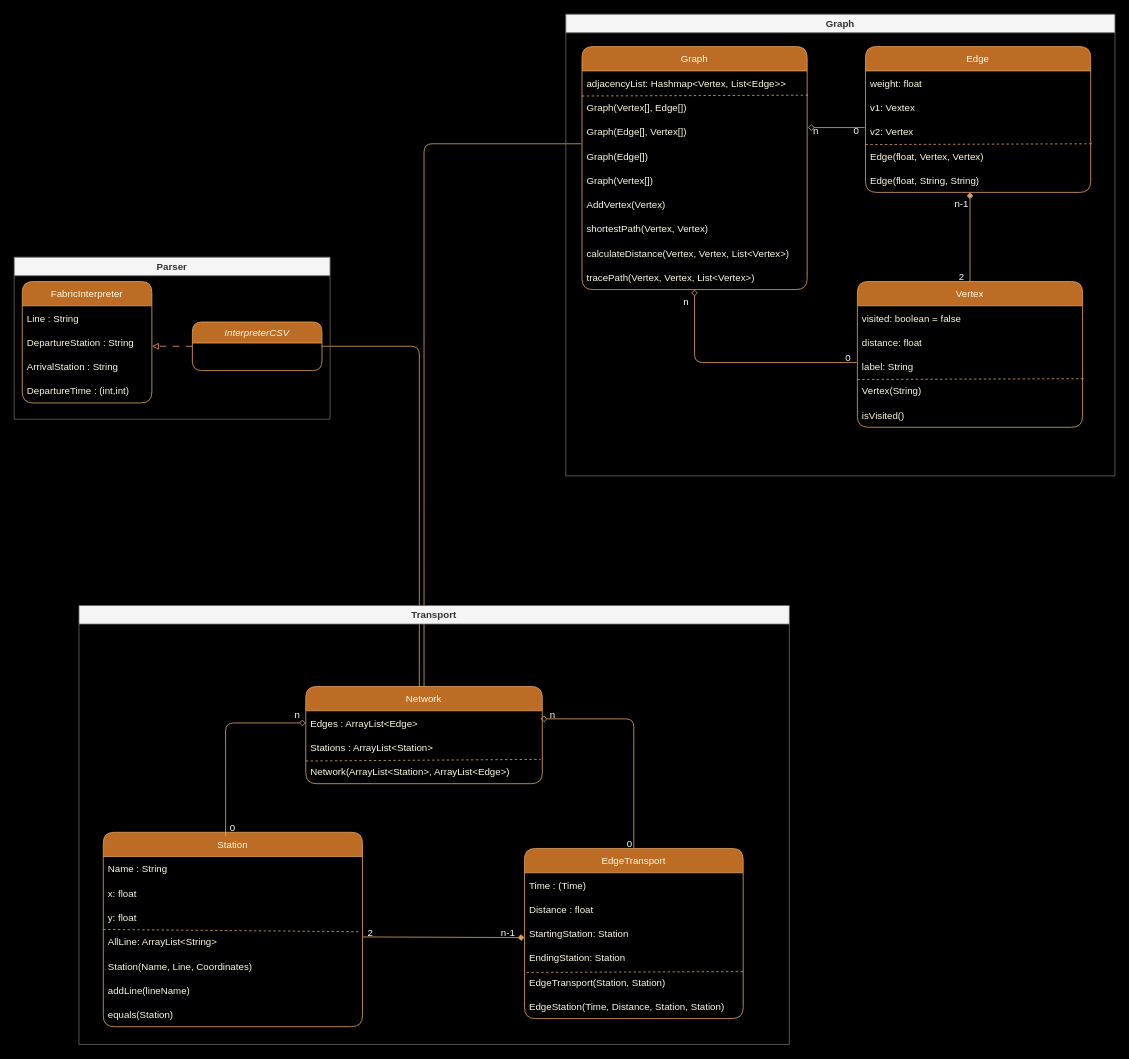
wehddn/M1-GenieLogicielAvance-Projet keeps this draw.io diagram as Documentation/UML_Diagram_Hubert_Map.drawio. Above is the earlier version. Source tidied: cells renumbered, new cells numbered last; positions are measured from the earlier drawing's top-left corner, leaving out a move shared by most shapes. Both pictures are drawn from the tidied source at 81%, with x=0, y=0 at pixel (14, 14).
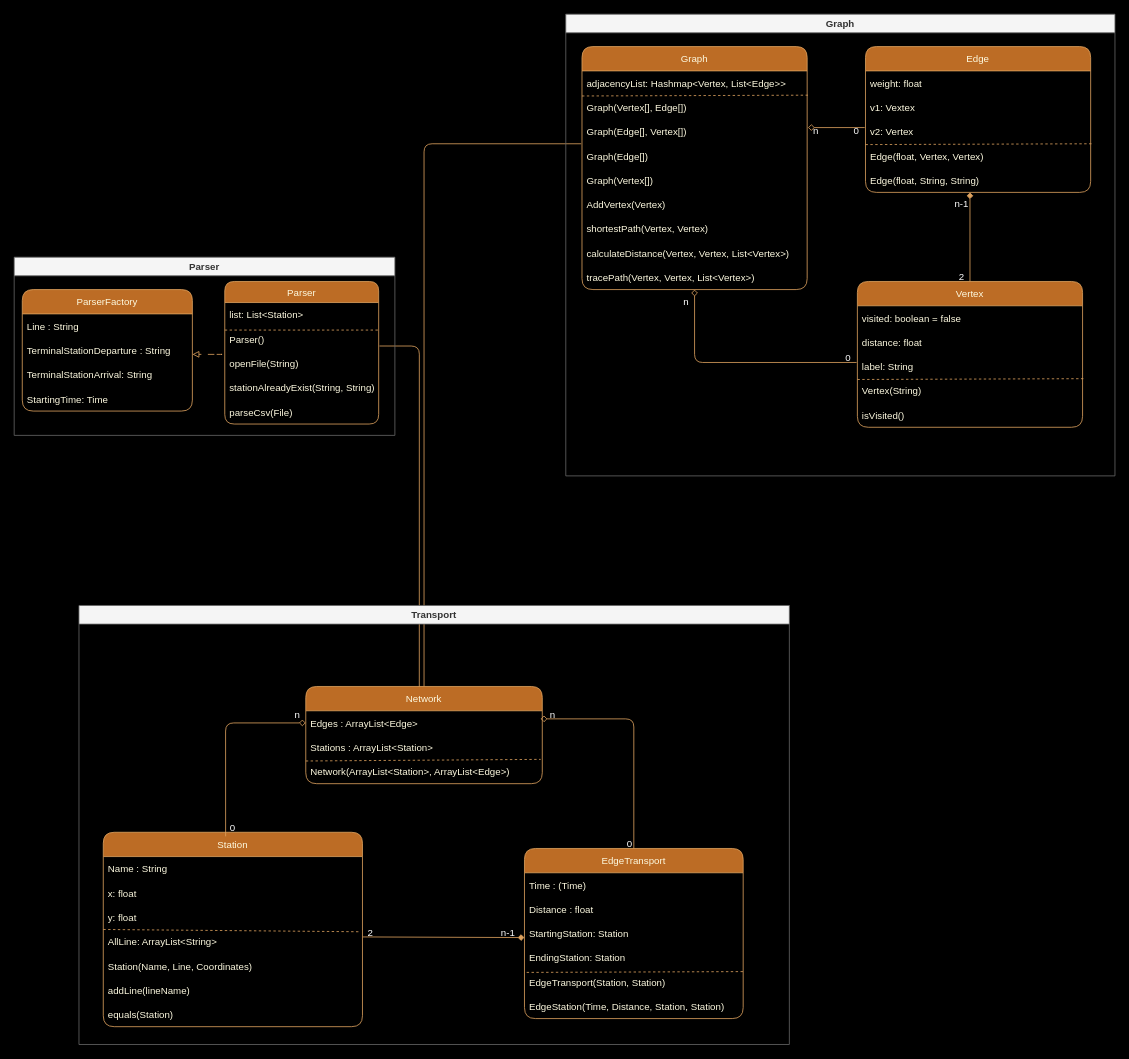
Above is the later version.

Commit message:
Update package parser

Unchanged cells that the change refers to:
```xml
<mxCell id="70" value="Network" style="swimlane;fontStyle=0;horizontal=1;startSize=30;rounded=1;sketch=0;fontColor=#FEFAE0;strokeColor=#DDA15E;fillColor=#BC6C25;" parent="47" vertex="1">
  <mxGeometry x="280" y="100" width="292" height="120" as="geometry" />
</mxCell>
```

What changed in the source:
```diff
@@
-    <mxCell id="3" style="edgeStyle=orthogonalEdgeStyle;curved=0;rounded=1;sketch=0;jettySize=auto;html=1;entryX=1;entryY=0.5;entryDx=0;entryDy=0;fontColor=#FEFAE0;strokeColor=#DDA15E;fillColor=#BC6C25;endArrow=none;endFill=0;exitX=0.48;exitY=0.009;exitDx=0;exitDy=0;exitPerimeter=0;" parent="1" edge="1" source="70" target="10">
+    <mxCell id="3" style="edgeStyle=orthogonalEdgeStyle;curved=0;rounded=1;sketch=0;jettySize=auto;html=1;fontColor=#FEFAE0;strokeColor=#DDA15E;fillColor=#BC6C25;endArrow=none;endFill=0;exitX=0.48;exitY=0.009;exitDx=0;exitDy=0;exitPerimeter=0;entryX=1.005;entryY=0.789;entryDx=0;entryDy=0;entryPerimeter=0;" parent="1" edge="1" source="70" target="81">
       <mxGeometry relative="1" as="geometry">
         <Array as="points">
           <mxPoint x="500" y="410" />
         </Array>
       </mxGeometry>
     </mxCell>
     <mxCell id="4" value="Parser" style="swimlane;whiteSpace=wrap;html=1;strokeColor=#666666;fillColor=#f5f5f5;fontColor=#333333;" parent="1" vertex="1">
-      <mxGeometry y="300" width="390" height="200" as="geometry" />
+      <mxGeometry y="300" width="470" height="220" as="geometry" />
     </mxCell>
-    <mxCell id="5" value="FabricInterpreter" style="swimlane;fontStyle=0;horizontal=1;startSize=30;fillColor=#BC6C25;strokeColor=#DDA15E;fontColor=#FEFAE0;rounded=1;" parent="4" vertex="1">
-      <mxGeometry x="10" y="30" width="160" height="150" as="geometry" />
+    <mxCell id="5" value="ParserFactory" style="swimlane;fontStyle=0;horizontal=1;startSize=30;fillColor=#BC6C25;strokeColor=#DDA15E;fontColor=#FEFAE0;rounded=1;" parent="4" vertex="1">
+      <mxGeometry x="10" y="40" width="210" height="150" as="geometry" />
     </mxCell>
     <mxCell id="6" value="Line : String" style="text;strokeColor=none;fillColor=none;align=left;verticalAlign=middle;spacingLeft=4;spacingRight=4;overflow=hidden;fontColor=#FEFAE0;rounded=1;" parent="5" vertex="1">
-      <mxGeometry y="30" width="160" height="30" as="geometry" />
+      <mxGeometry y="30" width="210" height="30" as="geometry" />
     </mxCell>
-    <mxCell id="7" value="DepartureStation : String" style="text;strokeColor=none;fillColor=none;align=left;verticalAlign=middle;spacingLeft=4;spacingRight=4;overflow=hidden;fontColor=#FEFAE0;rounded=1;" parent="5" vertex="1">
-      <mxGeometry y="60" width="160" height="30" as="geometry" />
+    <mxCell id="7" value="TerminalStationDeparture : String" style="text;strokeColor=none;fillColor=none;align=left;verticalAlign=middle;spacingLeft=4;spacingRight=4;overflow=hidden;fontColor=#FEFAE0;rounded=1;" parent="5" vertex="1">
+      <mxGeometry y="60" width="210" height="30" as="geometry" />
     </mxCell>
-    <mxCell id="8" value="ArrivalStation : String" style="text;strokeColor=none;fillColor=none;align=left;verticalAlign=middle;spacingLeft=4;spacingRight=4;overflow=hidden;fontColor=#FEFAE0;rounded=1;" parent="5" vertex="1">
-      <mxGeometry y="90" width="160" height="30" as="geometry" />
+    <mxCell id="8" value="TerminalStationArrival: String" style="text;strokeColor=none;fillColor=none;align=left;verticalAlign=middle;spacingLeft=4;spacingRight=4;overflow=hidden;fontColor=#FEFAE0;rounded=1;" parent="5" vertex="1">
+      <mxGeometry y="90" width="210" height="30" as="geometry" />
     </mxCell>
-    <mxCell id="9" value="DepartureTime : (int,int)" style="text;strokeColor=none;fillColor=none;align=left;verticalAlign=middle;spacingLeft=4;spacingRight=4;overflow=hidden;fontColor=#FEFAE0;rounded=1;" parent="5" vertex="1">
-      <mxGeometry y="120" width="160" height="30" as="geometry" />
+    <mxCell id="9" value="StartingTime: Time" style="text;strokeColor=none;fillColor=none;align=left;verticalAlign=middle;spacingLeft=4;spacingRight=4;overflow=hidden;fontColor=#FEFAE0;rounded=1;" parent="5" vertex="1">
+      <mxGeometry y="120" width="210" height="30" as="geometry" />
     </mxCell>
-    <mxCell id="10" value="InterpreterCSV" style="swimlane;fontStyle=2;align=center;verticalAlign=top;horizontal=1;startSize=26;rounded=1;shadow=0;strokeWidth=1;fillColor=#BC6C25;strokeColor=#DDA15E;fontColor=#FEFAE0;" parent="4" vertex="1">
-      <mxGeometry x="220" y="80" width="160" height="60" as="geometry" />
+    <mxCell id="10" value="Parser" style="swimlane;fontStyle=0;align=center;verticalAlign=top;horizontal=1;startSize=26;rounded=1;shadow=0;strokeWidth=1;fillColor=#BC6C25;strokeColor=#DDA15E;fontColor=#FEFAE0;" parent="4" vertex="1">
+      <mxGeometry x="260" y="30" width="190" height="176" as="geometry" />
     </mxCell>
+    <mxCell id="79" value="list: List&lt;Station&gt;" style="text;strokeColor=none;fillColor=none;align=left;verticalAlign=middle;spacingLeft=4;spacingRight=4;overflow=hidden;fontColor=#FEFAE0;rounded=1;" parent="10" vertex="1">
+      <mxGeometry y="26" width="190" height="30" as="geometry" />
+    </mxCell>
+    <mxCell id="80" style="endArrow=none;dashed=1;html=1;rounded=1;sketch=0;fontColor=#FEFAE0;strokeColor=#DDA15E;fillColor=#BC6C25;curved=0;labelBackgroundColor=#283618;" parent="10" edge="1">
+      <mxGeometry relative="1" as="geometry">
+        <mxPoint y="60" as="sourcePoint" />
+        <mxPoint x="190" y="60" as="targetPoint" />
+      </mxGeometry>
+    </mxCell>
+    <mxCell id="81" value="Parser()" style="text;strokeColor=none;fillColor=none;align=left;verticalAlign=middle;spacingLeft=4;spacingRight=4;overflow=hidden;points=[[0,0.5],[1,0.5]];portConstraint=eastwest;fontColor=#FEFAE0;rounded=1;" parent="10" vertex="1">
+      <mxGeometry y="56" width="190" height="30" as="geometry" />
+    </mxCell>
+    <mxCell id="82" value="openFile(String)" style="text;strokeColor=none;fillColor=none;align=left;verticalAlign=middle;spacingLeft=4;spacingRight=4;overflow=hidden;fontColor=#FEFAE0;rounded=1;" parent="10" vertex="1">
+      <mxGeometry y="86" width="190" height="30" as="geometry" />
+    </mxCell>
+    <mxCell id="83" value="stationAlreadyExist(String, String)" style="text;strokeColor=none;fillColor=none;align=left;verticalAlign=middle;spacingLeft=4;spacingRight=4;overflow=hidden;fontColor=#FEFAE0;rounded=1;" parent="10" vertex="1">
+      <mxGeometry y="116" width="190" height="30" as="geometry" />
+    </mxCell>
+    <mxCell id="84" value="parseCsv(File)" style="text;strokeColor=none;fillColor=none;align=left;verticalAlign=middle;spacingLeft=4;spacingRight=4;overflow=hidden;fontColor=#FEFAE0;rounded=1;" parent="10" vertex="1">
+      <mxGeometry y="146" width="190" height="30" as="geometry" />
+    </mxCell>
-    <mxCell id="11" style="edgeStyle=orthogonalEdgeStyle;curved=0;rounded=1;sketch=0;jettySize=auto;html=1;exitX=0;exitY=0.5;exitDx=0;exitDy=0;fontColor=#FEFAE0;strokeColor=#DDA15E;fillColor=#BC6C25;labelBackgroundColor=#283618;dashed=1;dashPattern=8 8;endArrow=block;endFill=0;" parent="4" edge="1" source="10">
+    <mxCell id="11" style="edgeStyle=orthogonalEdgeStyle;curved=0;rounded=1;sketch=0;orthogonalLoop=1;jettySize=auto;html=1;fontColor=#FEFAE0;strokeColor=#DDA15E;fillColor=#BC6C25;labelBackgroundColor=#283618;dashed=1;dashPattern=8 8;endArrow=block;endFill=0;" parent="4" edge="1">
       <mxGeometry relative="1" as="geometry">
-        <mxPoint x="170" y="110" as="targetPoint" />
+        <mxPoint x="250" y="120" as="sourcePoint" />
+        <mxPoint x="220" y="120" as="targetPoint" />
+        <Array as="points">
+          <mxPoint x="260" y="120" />
+          <mxPoint x="260" y="120" />
+        </Array>
       </mxGeometry>
     </mxCell>
```
